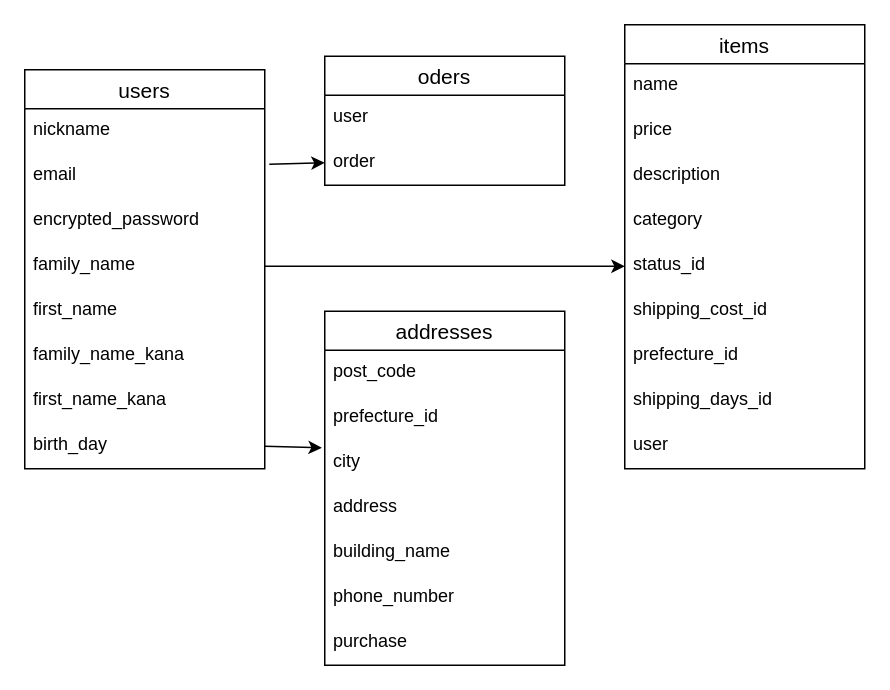
123yuki/furima-37850 keeps this draw.io diagram as furima.dio. Above is the earlier version. Source tidied: cells renumbered, new cells numbered last; positions are measured from the earlier drawing's top-left corner, leaving out a move shared by most shapes. Both pictures are drawn from the tidied source at 150%, with x=0, y=0 at pixel (24, 24).
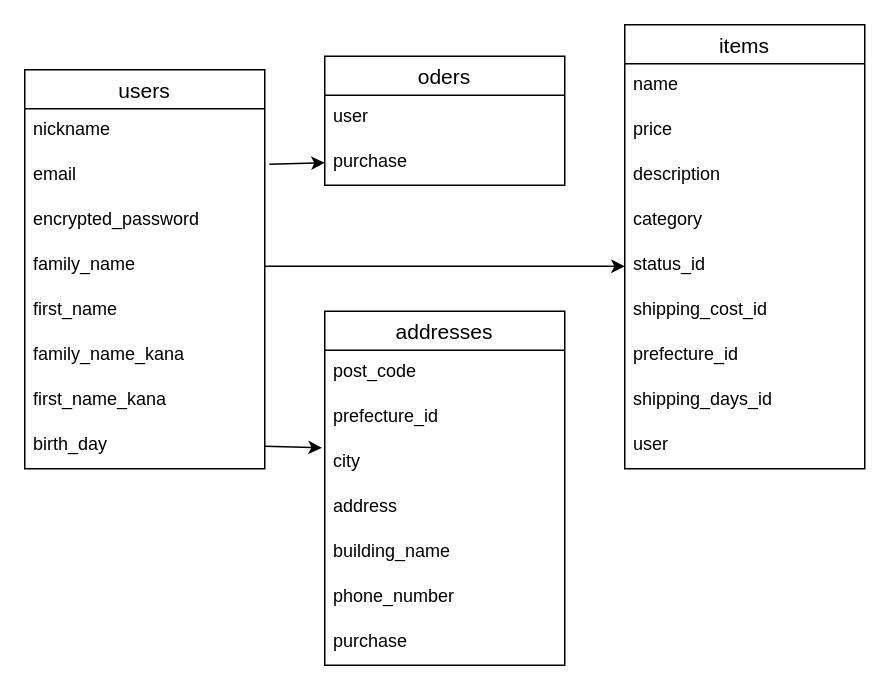
After the change.

Commit message (it also covers changes not shown here):
データベース設計の編集.003

Unchanged cells that the change refers to:
```xml
<mxCell id="14" value="oders" style="swimlane;fontStyle=0;horizontal=1;startSize=26;align=center;fontSize=14;" parent="1" vertex="1">
  <mxGeometry x="200" y="21" width="160" height="86" as="geometry" />
</mxCell>
```

What changed in the source:
```diff
@@
-    <mxCell id="16" value="order" style="text;strokeColor=none;fillColor=none;spacingLeft=4;spacingRight=4;overflow=hidden;points=[[0,0.5],[1,0.5]];portConstraint=eastwest;fontSize=12;" parent="14" vertex="1">
+    <mxCell id="16" value="purchase" style="text;strokeColor=none;fillColor=none;spacingLeft=4;spacingRight=4;overflow=hidden;points=[[0,0.5],[1,0.5]];portConstraint=eastwest;fontSize=12;" parent="14" vertex="1">
       <mxGeometry y="56" width="160" height="30" as="geometry" />
     </mxCell>
```
